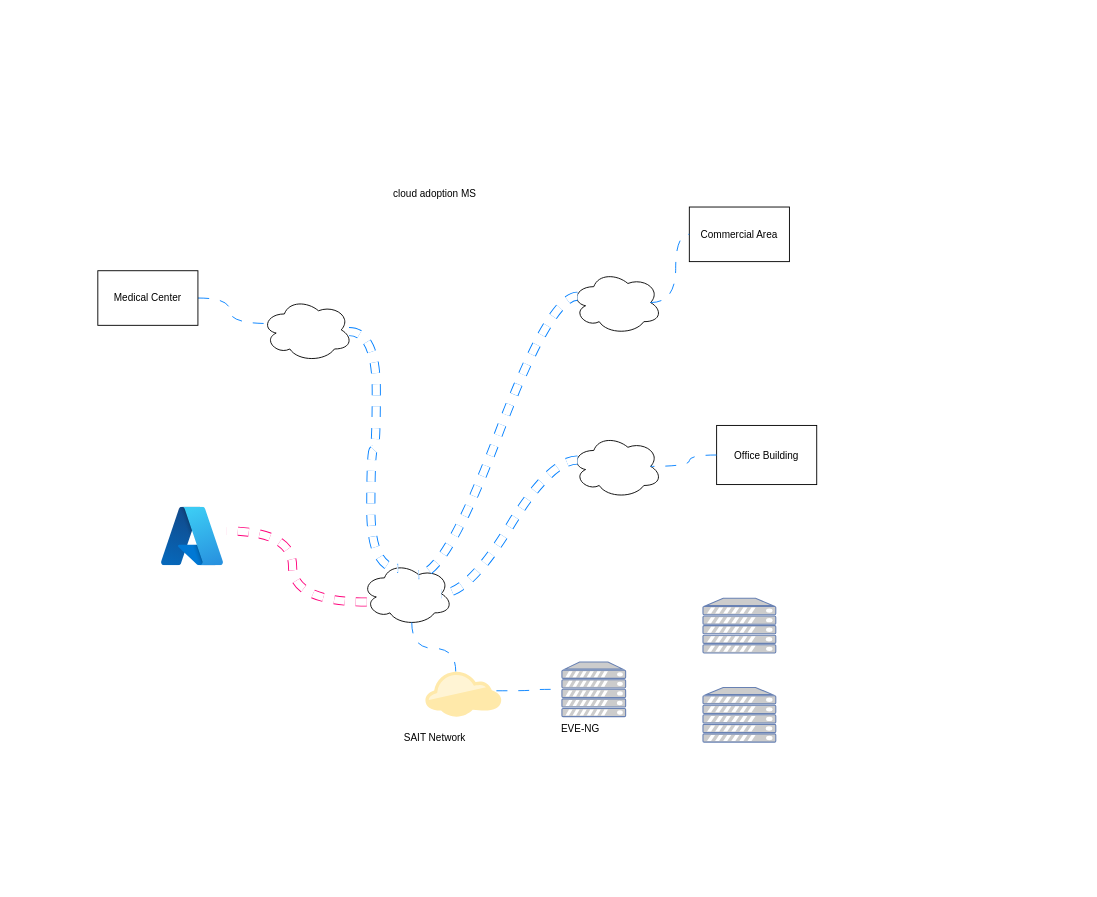
Before: Capstone/Capstone-Network.drawio in Sohal-03/Draw.io, a draw.io diagram. Source tidied: cells renumbered, new cells numbered last; positions are measured from the earlier drawing's top-left corner, leaving out a move shared by most shapes. Both pictures are drawn from the tidied source at 91%, with x=0, y=0 at pixel (97, 182).
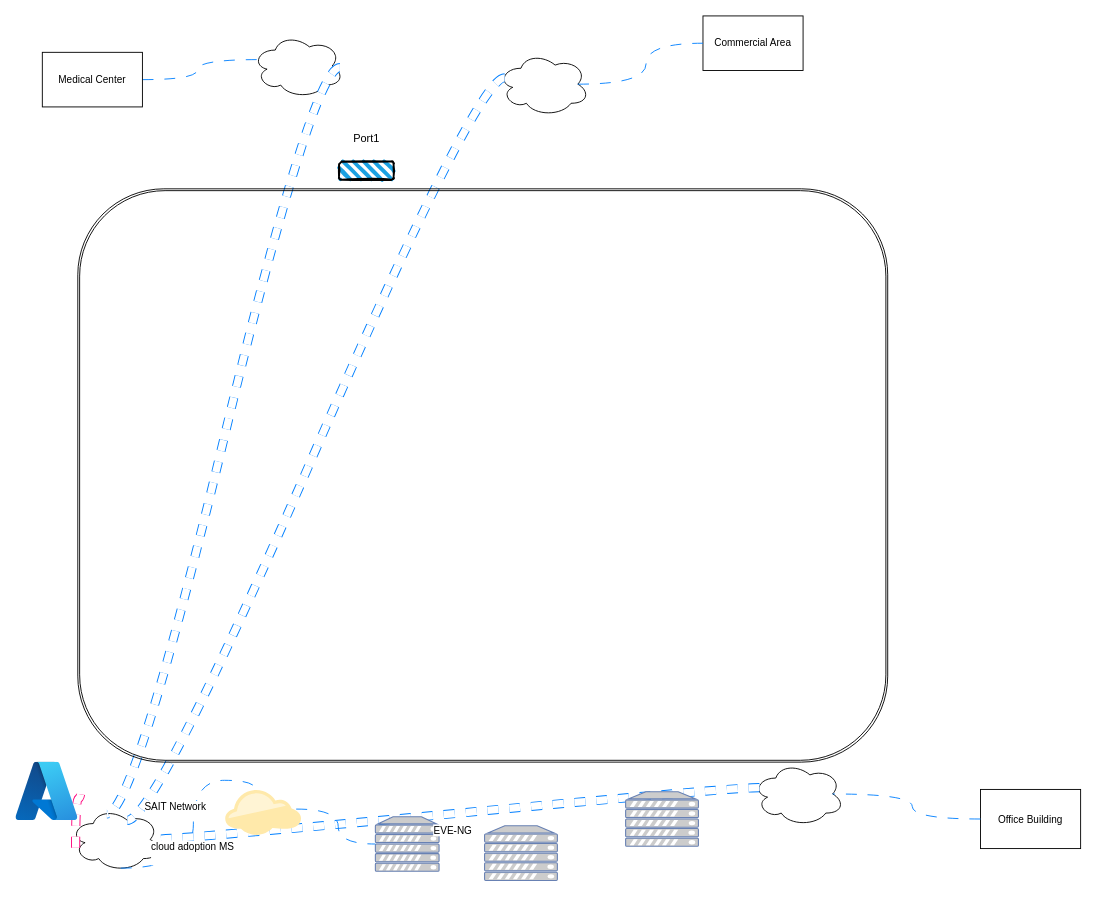
The same page after the edit.

What changed in the source:
```diff
@@
     <mxCell id="2" style="ellipse;shape=cloud;whiteSpace=wrap;html=1;" parent="1" vertex="1">
-      <mxGeometry x="180" y="127" width="100" height="70" as="geometry" />
+      <mxGeometry x="170" y="-163" width="100" height="70" as="geometry" />
     </mxCell>
     <mxCell id="3" style="ellipse;shape=cloud;whiteSpace=wrap;html=1;" parent="1" vertex="1">
-      <mxGeometry x="520" y="277" width="100" height="70" as="geometry" />
+      <mxGeometry x="720" y="637" width="100" height="70" as="geometry" />
     </mxCell>
     <mxCell id="4" style="ellipse;shape=cloud;whiteSpace=wrap;html=1;" parent="1" vertex="1">
-      <mxGeometry x="520" y="97" width="100" height="70" as="geometry" />
+      <mxGeometry x="440" y="-143" width="100" height="70" as="geometry" />
     </mxCell>
     <mxCell id="5" style="ellipse;shape=cloud;whiteSpace=wrap;html=1;" parent="1" vertex="1">
-      <mxGeometry x="290" y="417" width="100" height="70" as="geometry" />
+      <mxGeometry x="-30" y="687" width="100" height="70" as="geometry" />
     </mxCell>
@@
     <mxCell id="7" value="Office Building" style="rounded=0;whiteSpace=wrap;html=1;fontFamily=Helvetica;fontSize=11;fontColor=default;labelBackgroundColor=default;" parent="1" vertex="1">
-      <mxGeometry x="680" y="267" width="110" height="65" as="geometry" />
+      <mxGeometry x="970" y="667" width="110" height="65" as="geometry" />
     </mxCell>
     <mxCell id="8" value="Medical Center" style="rounded=0;whiteSpace=wrap;html=1;fontFamily=Helvetica;fontSize=11;fontColor=default;labelBackgroundColor=default;" parent="1" vertex="1">
-      <mxGeometry y="97" width="110" height="60" as="geometry" />
+      <mxGeometry x="-61" y="-143" width="110" height="60" as="geometry" />
     </mxCell>
     <mxCell id="9" value="Commercial Area" style="rounded=0;whiteSpace=wrap;html=1;fontFamily=Helvetica;fontSize=11;fontColor=default;labelBackgroundColor=default;" parent="1" vertex="1">
-      <mxGeometry x="650" y="27" width="110" height="60" as="geometry" />
+      <mxGeometry x="665" y="-183" width="110" height="60" as="geometry" />
     </mxCell>
@@
     <mxCell id="16" style="image;html=1;points=[];align=center;fontSize=12;image=img/lib/azure2/other/Azure_A.svg;fontFamily=Helvetica;fontColor=default;labelBackgroundColor=default;" parent="1" vertex="1">
-      <mxGeometry x="70" y="357" width="68" height="64.1" as="geometry" />
+      <mxGeometry x="-90" y="637" width="68" height="64.1" as="geometry" />
     </mxCell>
@@
     <mxCell id="18" style="points=[[0,0.64,0],[0.2,0.15,0],[0.4,0.01,0],[0.79,0.25,0],[1,0.65,0],[0.8,0.86,0],[0.41,1,0],[0.16,0.86,0]];verticalLabelPosition=bottom;sketch=0;html=1;verticalAlign=top;align=center;shape=mxgraph.cisco19.cloud2;fillColor=#FFE9AA;strokeColor=none;fontFamily=Helvetica;fontSize=11;fontColor=default;labelBackgroundColor=default;" parent="1" vertex="1">
-      <mxGeometry x="360" y="537" width="83.3" height="50" as="geometry" />
+      <mxGeometry x="140" y="667" width="83.3" height="50" as="geometry" />
     </mxCell>
     <mxCell id="19" style="fontColor=#0066CC;verticalAlign=top;verticalLabelPosition=bottom;labelPosition=center;align=center;html=1;outlineConnect=0;fillColor=#CCCCCC;strokeColor=#6881B3;gradientColor=none;gradientDirection=north;strokeWidth=2;shape=mxgraph.networks.server;fontFamily=Helvetica;fontSize=11;labelBackgroundColor=default;" parent="1" vertex="1">
-      <mxGeometry x="510" y="527" width="70" height="60" as="geometry" />
+      <mxGeometry x="305" y="697" width="70" height="60" as="geometry" />
     </mxCell>
@@
     <mxCell id="21" value="EVE-NG" style="text;html=1;align=center;verticalAlign=middle;strokeColor=none;fillColor=none;fontFamily=Helvetica;fontSize=11;fontColor=default;labelBackgroundColor=default;" parent="1" vertex="1">
-      <mxGeometry x="495" y="585" width="70" height="30" as="geometry" />
+      <mxGeometry x="355" y="697" width="70" height="30" as="geometry" />
     </mxCell>
     <mxCell id="22" value="SAIT Network" style="text;html=1;align=center;verticalAlign=middle;strokeColor=none;fillColor=none;fontFamily=Helvetica;fontSize=11;fontColor=default;labelBackgroundColor=default;" parent="1" vertex="1">
-      <mxGeometry x="325" y="595" width="90" height="30" as="geometry" />
+      <mxGeometry x="40" y="671.1" width="90" height="30" as="geometry" />
     </mxCell>
     <mxCell id="23" style="fontColor=#0066CC;verticalAlign=top;verticalLabelPosition=bottom;labelPosition=center;align=center;html=1;fillColor=#CCCCCC;strokeColor=#6881B3;gradientColor=none;gradientDirection=north;strokeWidth=2;shape=mxgraph.networks.server;fontFamily=Helvetica;fontSize=11;labelBackgroundColor=default;" parent="1" vertex="1">
-      <mxGeometry x="665" y="457" width="80" height="60" as="geometry" />
+      <mxGeometry x="580" y="669.5" width="80" height="60" as="geometry" />
     </mxCell>
     <mxCell id="24" style="fontColor=#0066CC;verticalAlign=top;verticalLabelPosition=bottom;labelPosition=center;align=center;html=1;fillColor=#CCCCCC;strokeColor=#6881B3;gradientColor=none;gradientDirection=north;strokeWidth=2;shape=mxgraph.networks.server;fontFamily=Helvetica;fontSize=11;labelBackgroundColor=default;" parent="1" vertex="1">
-      <mxGeometry x="665" y="555" width="80" height="60" as="geometry" />
+      <mxGeometry x="425" y="707" width="80" height="60" as="geometry" />
     </mxCell>
     <mxCell id="25" value="cloud adoption MS&lt;div&gt;&amp;nbsp;&lt;/div&gt;" style="text;html=1;align=center;verticalAlign=middle;strokeColor=none;fillColor=none;fontFamily=Helvetica;fontSize=11;fontColor=default;labelBackgroundColor=default;" parent="1" vertex="1">
-      <mxGeometry x="315" width="110" height="40" as="geometry" />
+      <mxGeometry x="49" y="717" width="110" height="40" as="geometry" />
     </mxCell>
+    <mxCell id="26" style="shape=ext;double=1;rounded=1;whiteSpace=wrap;html=1;fillColor=none;strokeColor=default;glass=1;shadow=0;" parent="1" vertex="1">
+      <mxGeometry x="-22" y="7" width="890" height="630" as="geometry" />
+    </mxCell>
+    <mxCell id="27" style="rounded=1;whiteSpace=wrap;html=1;strokeWidth=2;fillWeight=4;hachureGap=8;hachureAngle=45;fillColor=#1ba1e2;sketch=1;" parent="1" vertex="1">
+      <mxGeometry x="265" y="-23" width="60" height="20" as="geometry" />
+    </mxCell>
+    <mxCell id="28" value="Port1" style="text;html=1;align=center;verticalAlign=middle;strokeColor=none;fillColor=none;" parent="1" vertex="1">
+      <mxGeometry x="270" y="-63" width="50" height="30" as="geometry" />
+    </mxCell>
```
